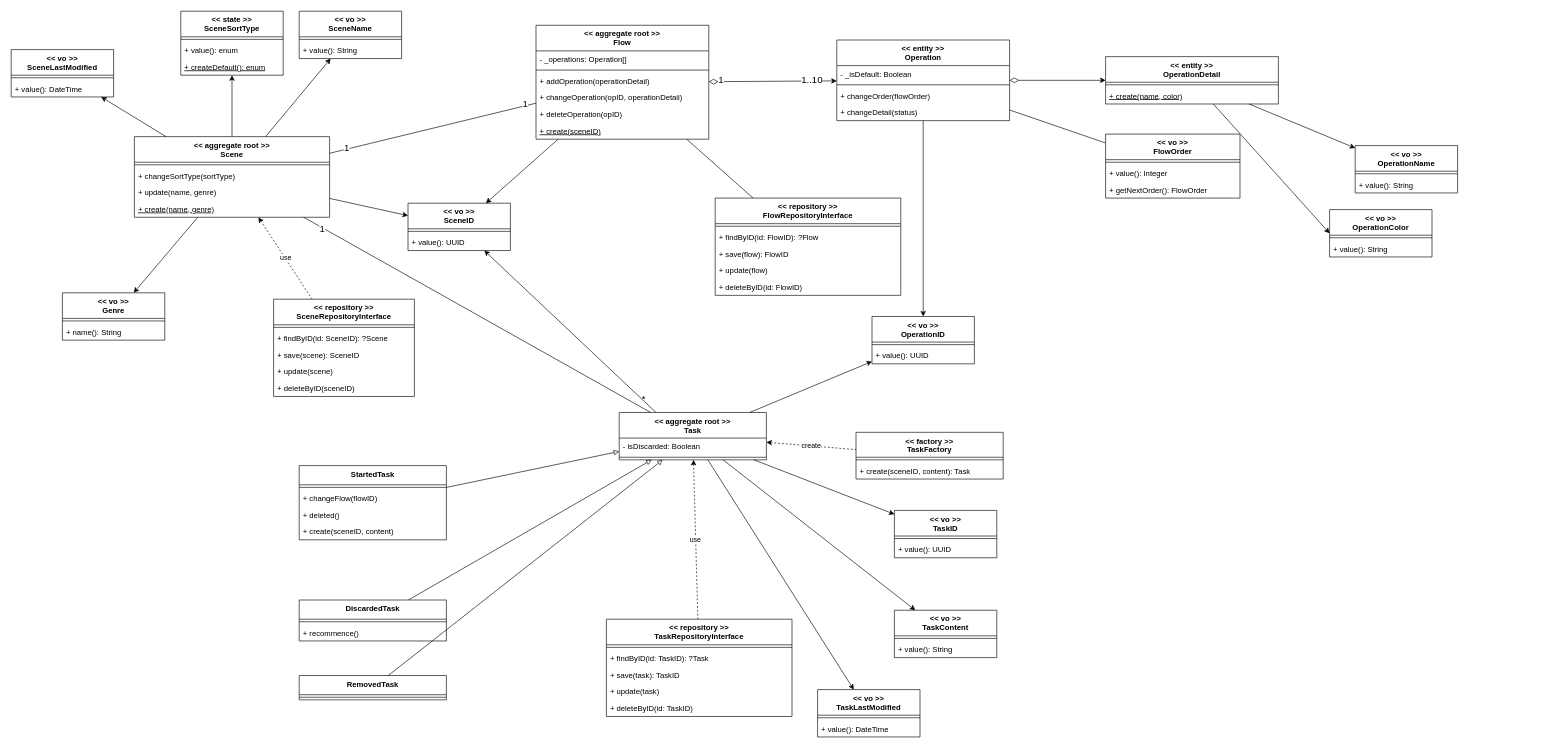
Earlier version of the draw.io diagram page "ドメインモデル" (2 of 2) of document/model/model.dio (takemo101/tasking-flutter). Source tidied: cells renumbered, new cells numbered last; positions are measured from the earlier drawing's top-left corner, leaving out a move shared by most shapes. Both pictures are drawn from the tidied source at 64%, with x=0, y=0 at pixel (11, 11).
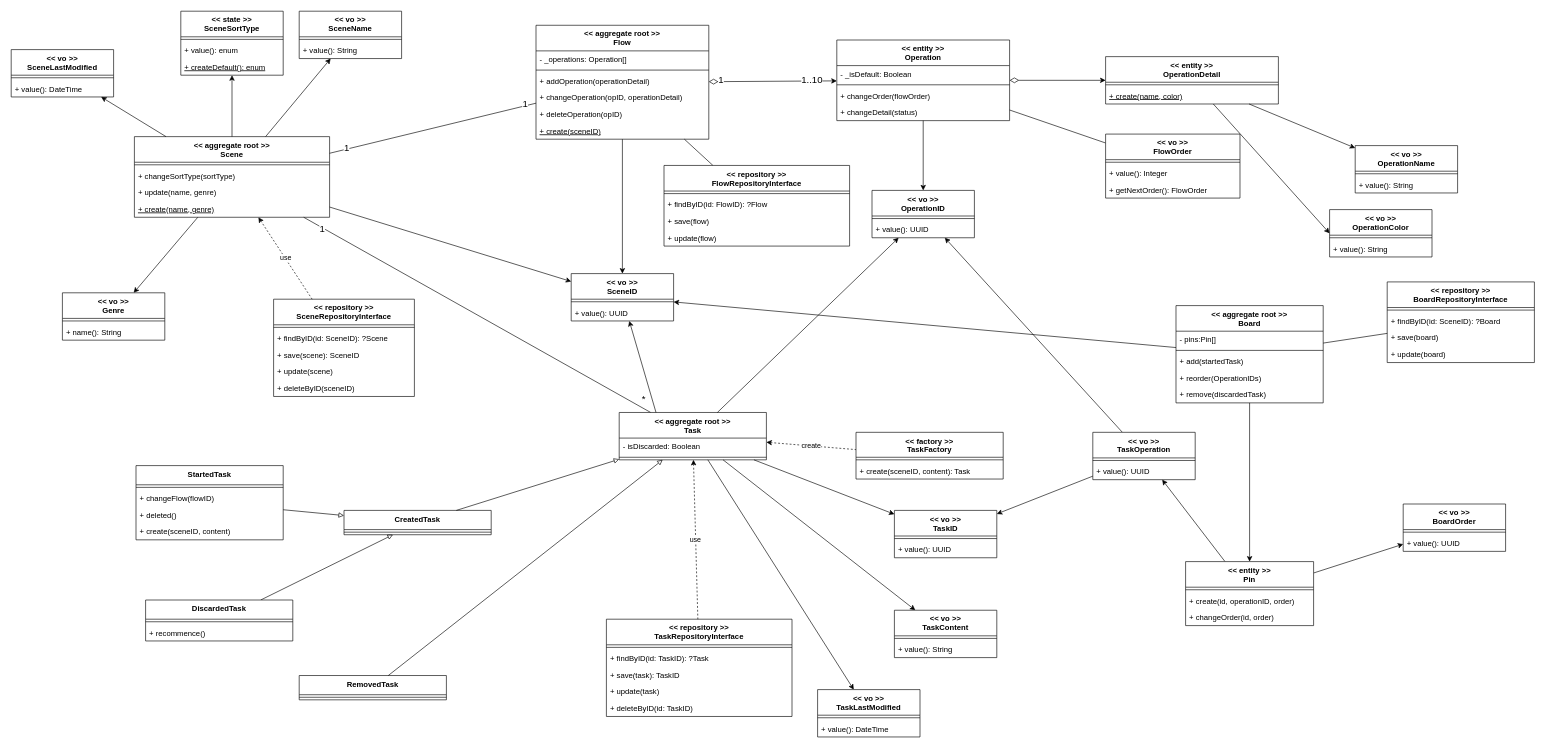
After the change.

The change refers to these unchanged cells:
```xml
<mxCell id="33" value="&lt;&lt; aggregate root &gt;&gt;&#10;Task" style="swimlane;fontStyle=1;align=center;verticalAlign=top;horizontal=1;startSize=40;" parent="1" vertex="1">
  <mxGeometry x="950" y="627" width="230" height="74" as="geometry" />
</mxCell>
<mxCell id="39" value="&lt;&lt; vo &gt;&gt;&#10;TaskID" style="swimlane;fontStyle=1;align=center;verticalAlign=top;horizontal=1;startSize=40;" parent="1" vertex="1">
  <mxGeometry x="1380" y="780" width="160" height="74" as="geometry" />
</mxCell>
```

What changed in the source:
```diff
@@
     <mxCell id="25" value="&lt;&lt; vo &gt;&gt;&#10;SceneID" style="swimlane;fontStyle=1;align=center;verticalAlign=top;horizontal=1;startSize=40;" parent="1" vertex="1">
-      <mxGeometry x="620" y="300" width="160" height="74" as="geometry" />
+      <mxGeometry x="875" y="410" width="160" height="74" as="geometry" />
     </mxCell>
@@
     <mxCell id="51" value="&lt;&lt; vo &gt;&gt;&#10;OperationID" style="swimlane;fontStyle=1;align=center;verticalAlign=top;horizontal=1;startSize=40;" parent="1" vertex="1">
-      <mxGeometry x="1345" y="477" width="160" height="74" as="geometry" />
+      <mxGeometry x="1345" y="280" width="160" height="74" as="geometry" />
     </mxCell>
@@
     <mxCell id="107" value="&lt;&lt; repository &gt;&gt;&#10;FlowRepositoryInterface" style="swimlane;fontStyle=1;align=center;verticalAlign=top;horizontal=1;startSize=40;" parent="1" vertex="1">
-      <mxGeometry x="1100" y="292" width="290" height="152" as="geometry" />
+      <mxGeometry x="1020" y="241" width="290" height="126" as="geometry" />
     </mxCell>
@@
-    <mxCell id="110" value="+ save(flow): FlowID" style="text;strokeColor=none;fillColor=none;align=left;verticalAlign=top;spacingLeft=4;spacingRight=4;overflow=hidden;" parent="107" vertex="1">
+    <mxCell id="110" value="+ save(flow)" style="text;strokeColor=none;fillColor=none;align=left;verticalAlign=top;spacingLeft=4;spacingRight=4;overflow=hidden;" parent="107" vertex="1">
       <mxGeometry y="74" width="290" height="26" as="geometry" />
     </mxCell>
@@
-    <mxCell id="112" value="+ deleteByID(id: FlowID)" style="text;strokeColor=none;fillColor=none;align=left;verticalAlign=top;spacingLeft=4;spacingRight=4;overflow=hidden;" parent="107" vertex="1">
-      <mxGeometry y="126" width="290" height="26" as="geometry" />
-    </mxCell>
-    <mxCell id="113" style="edgeStyle=none;html=1;endArrow=block;endFill=0;" parent="1" edge="1" source="114" target="33">
+    <mxCell id="113" style="edgeStyle=none;html=1;endArrow=block;endFill=0;" parent="1" edge="1" source="114" target="148">
       <mxGeometry relative="1" as="geometry" />
     </mxCell>
     <mxCell id="114" value="StartedTask" style="swimlane;fontStyle=1;align=center;verticalAlign=top;horizontal=1;startSize=30;" parent="1" vertex="1">
-      <mxGeometry x="450" y="710" width="230" height="116" as="geometry" />
+      <mxGeometry x="195" y="710" width="230" height="116" as="geometry" />
     </mxCell>
@@
-    <mxCell id="119" style="edgeStyle=none;html=1;endArrow=block;endFill=0;" parent="1" edge="1" source="120" target="33">
+    <mxCell id="119" style="edgeStyle=none;html=1;endArrow=block;endFill=0;" parent="1" edge="1" source="120" target="148">
       <mxGeometry relative="1" as="geometry" />
     </mxCell>
     <mxCell id="120" value="DiscardedTask" style="swimlane;fontStyle=1;align=center;verticalAlign=top;horizontal=1;startSize=30;" parent="1" vertex="1">
-      <mxGeometry x="450" y="920" width="230" height="64" as="geometry" />
+      <mxGeometry x="210" y="920" width="230" height="64" as="geometry" />
     </mxCell>
@@
+    <mxCell id="126" style="edgeStyle=none;html=1;endArrow=classic;endFill=1;" parent="1" edge="1" source="127" target="138">
+      <mxGeometry relative="1" as="geometry" />
+    </mxCell>
+    <mxCell id="127" value="&lt;&lt; aggregate root &gt;&gt;&#10;Board" style="swimlane;fontStyle=1;align=center;verticalAlign=top;horizontal=1;startSize=40;" parent="1" vertex="1">
+      <mxGeometry x="1820" y="460" width="230" height="152" as="geometry" />
+    </mxCell>
+    <mxCell id="128" value="- pins:Pin[]" style="text;strokeColor=none;fillColor=none;align=left;verticalAlign=top;spacingLeft=4;spacingRight=4;overflow=hidden;" parent="127" vertex="1">
+      <mxGeometry y="40" width="230" height="26" as="geometry" />
+    </mxCell>
+    <mxCell id="129" style="line;strokeWidth=1;fillColor=none;align=left;verticalAlign=middle;spacingTop=-1;spacingLeft=3;spacingRight=3;labelPosition=right;" parent="127" vertex="1">
+      <mxGeometry y="66" width="230" height="8" as="geometry" />
+    </mxCell>
+    <mxCell id="130" value="+ add(startedTask)" style="text;strokeColor=none;fillColor=none;align=left;verticalAlign=top;spacingLeft=4;spacingRight=4;overflow=hidden;" parent="127" vertex="1">
+      <mxGeometry y="74" width="230" height="26" as="geometry" />
+    </mxCell>
+    <mxCell id="131" value="+ reorder(OperationIDs)" style="text;strokeColor=none;fillColor=none;align=left;verticalAlign=top;spacingLeft=4;spacingRight=4;overflow=hidden;" parent="127" vertex="1">
+      <mxGeometry y="100" width="230" height="26" as="geometry" />
+    </mxCell>
+    <mxCell id="132" value="+ remove(discardedTask)" style="text;strokeColor=none;fillColor=none;align=left;verticalAlign=top;spacingLeft=4;spacingRight=4;overflow=hidden;" parent="127" vertex="1">
+      <mxGeometry y="126" width="230" height="26" as="geometry" />
+    </mxCell>
+    <mxCell id="133" value="&lt;&lt; vo &gt;&gt;&#10;BoardOrder" style="swimlane;fontStyle=1;align=center;verticalAlign=top;horizontal=1;startSize=40;" parent="1" vertex="1">
+      <mxGeometry x="2175" y="770" width="160" height="74" as="geometry" />
+    </mxCell>
+    <mxCell id="134" style="line;strokeWidth=1;fillColor=none;align=left;verticalAlign=middle;spacingTop=-1;spacingLeft=3;spacingRight=3;labelPosition=right;" parent="133" vertex="1">
+      <mxGeometry y="40" width="160" height="8" as="geometry" />
+    </mxCell>
+    <mxCell id="135" value="+ value(): UUID" style="text;strokeColor=none;fillColor=none;align=left;verticalAlign=top;spacingLeft=4;spacingRight=4;overflow=hidden;" parent="133" vertex="1">
+      <mxGeometry y="48" width="160" height="26" as="geometry" />
+    </mxCell>
+    <mxCell id="136" style="edgeStyle=none;html=1;endArrow=classic;endFill=1;" parent="1" edge="1" source="138" target="133">
+      <mxGeometry relative="1" as="geometry" />
+    </mxCell>
+    <mxCell id="137" style="edgeStyle=none;html=1;endArrow=classic;endFill=1;" parent="1" edge="1" source="138" target="145">
+      <mxGeometry relative="1" as="geometry" />
+    </mxCell>
+    <mxCell id="138" value="&lt;&lt; entity &gt;&gt;&#10;Pin" style="swimlane;fontStyle=1;align=center;verticalAlign=top;horizontal=1;startSize=40;" parent="1" vertex="1">
+      <mxGeometry x="1835" y="860" width="200" height="100" as="geometry" />
+    </mxCell>
+    <mxCell id="139" style="line;strokeWidth=1;fillColor=none;align=left;verticalAlign=middle;spacingTop=-1;spacingLeft=3;spacingRight=3;labelPosition=right;" parent="138" vertex="1">
+      <mxGeometry y="40" width="200" height="8" as="geometry" />
+    </mxCell>
+    <mxCell id="140" value="+ create(id, operationID, order)" style="text;strokeColor=none;fillColor=none;align=left;verticalAlign=top;spacingLeft=4;spacingRight=4;overflow=hidden;" parent="138" vertex="1">
+      <mxGeometry y="48" width="200" height="26" as="geometry" />
+    </mxCell>
+    <mxCell id="141" value="+ changeOrder(id, order)" style="text;strokeColor=none;fillColor=none;align=left;verticalAlign=top;spacingLeft=4;spacingRight=4;overflow=hidden;" parent="138" vertex="1">
+      <mxGeometry y="74" width="200" height="26" as="geometry" />
+    </mxCell>
+    <mxCell id="142" style="edgeStyle=none;html=1;endArrow=classic;endFill=1;" parent="1" edge="1" source="127" target="25">
+      <mxGeometry relative="1" as="geometry" />
+    </mxCell>
+    <mxCell id="143" style="edgeStyle=none;html=1;endArrow=classic;endFill=1;" parent="1" edge="1" source="145" target="39">
+      <mxGeometry relative="1" as="geometry" />
+    </mxCell>
+    <mxCell id="144" style="edgeStyle=none;html=1;endArrow=classic;endFill=1;" parent="1" edge="1" source="145" target="51">
+      <mxGeometry relative="1" as="geometry" />
+    </mxCell>
+    <mxCell id="145" value="&lt;&lt; vo &gt;&gt;&#10;TaskOperation" style="swimlane;fontStyle=1;align=center;verticalAlign=top;horizontal=1;startSize=40;" parent="1" vertex="1">
+      <mxGeometry x="1690" y="658" width="160" height="74" as="geometry" />
+    </mxCell>
+    <mxCell id="146" style="line;strokeWidth=1;fillColor=none;align=left;verticalAlign=middle;spacingTop=-1;spacingLeft=3;spacingRight=3;labelPosition=right;" parent="145" vertex="1">
+      <mxGeometry y="40" width="160" height="8" as="geometry" />
+    </mxCell>
+    <mxCell id="147" value="+ value(): UUID" style="text;strokeColor=none;fillColor=none;align=left;verticalAlign=top;spacingLeft=4;spacingRight=4;overflow=hidden;" parent="145" vertex="1">
+      <mxGeometry y="48" width="160" height="26" as="geometry" />
+    </mxCell>
+    <mxCell id="148" value="CreatedTask" style="swimlane;fontStyle=1;align=center;verticalAlign=top;horizontal=1;startSize=30;" parent="1" vertex="1">
+      <mxGeometry x="520" y="780" width="230" height="38" as="geometry" />
+    </mxCell>
+    <mxCell id="149" style="line;strokeWidth=1;fillColor=none;align=left;verticalAlign=middle;spacingTop=-1;spacingLeft=3;spacingRight=3;labelPosition=right;" parent="148" vertex="1">
+      <mxGeometry y="30" width="230" height="8" as="geometry" />
+    </mxCell>
+    <mxCell id="150" style="edgeStyle=none;html=1;endArrow=block;endFill=0;" parent="1" edge="1" source="148" target="33">
+      <mxGeometry relative="1" as="geometry" />
+    </mxCell>
+    <mxCell id="151" style="edgeStyle=none;html=1;endArrow=none;endFill=0;" parent="1" edge="1" source="152" target="127">
+      <mxGeometry relative="1" as="geometry" />
+    </mxCell>
+    <mxCell id="152" value="&lt;&lt; repository &gt;&gt;&#10;BoardRepositoryInterface" style="swimlane;fontStyle=1;align=center;verticalAlign=top;horizontal=1;startSize=40;" parent="1" vertex="1">
+      <mxGeometry x="2150" y="423" width="230" height="126" as="geometry" />
+    </mxCell>
+    <mxCell id="153" style="line;strokeWidth=1;fillColor=none;align=left;verticalAlign=middle;spacingTop=-1;spacingLeft=3;spacingRight=3;labelPosition=right;" parent="152" vertex="1">
+      <mxGeometry y="40" width="230" height="8" as="geometry" />
+    </mxCell>
+    <mxCell id="154" value="+ findByID(id: SceneID): ?Board" style="text;strokeColor=none;fillColor=none;align=left;verticalAlign=top;spacingLeft=4;spacingRight=4;overflow=hidden;" parent="152" vertex="1">
+      <mxGeometry y="48" width="230" height="26" as="geometry" />
+    </mxCell>
+    <mxCell id="155" value="+ save(board)" style="text;strokeColor=none;fillColor=none;align=left;verticalAlign=top;spacingLeft=4;spacingRight=4;overflow=hidden;" parent="152" vertex="1">
+      <mxGeometry y="74" width="230" height="26" as="geometry" />
+    </mxCell>
+    <mxCell id="156" value="+ update(board)" style="text;strokeColor=none;fillColor=none;align=left;verticalAlign=top;spacingLeft=4;spacingRight=4;overflow=hidden;" parent="152" vertex="1">
+      <mxGeometry y="100" width="230" height="26" as="geometry" />
+    </mxCell>
```
